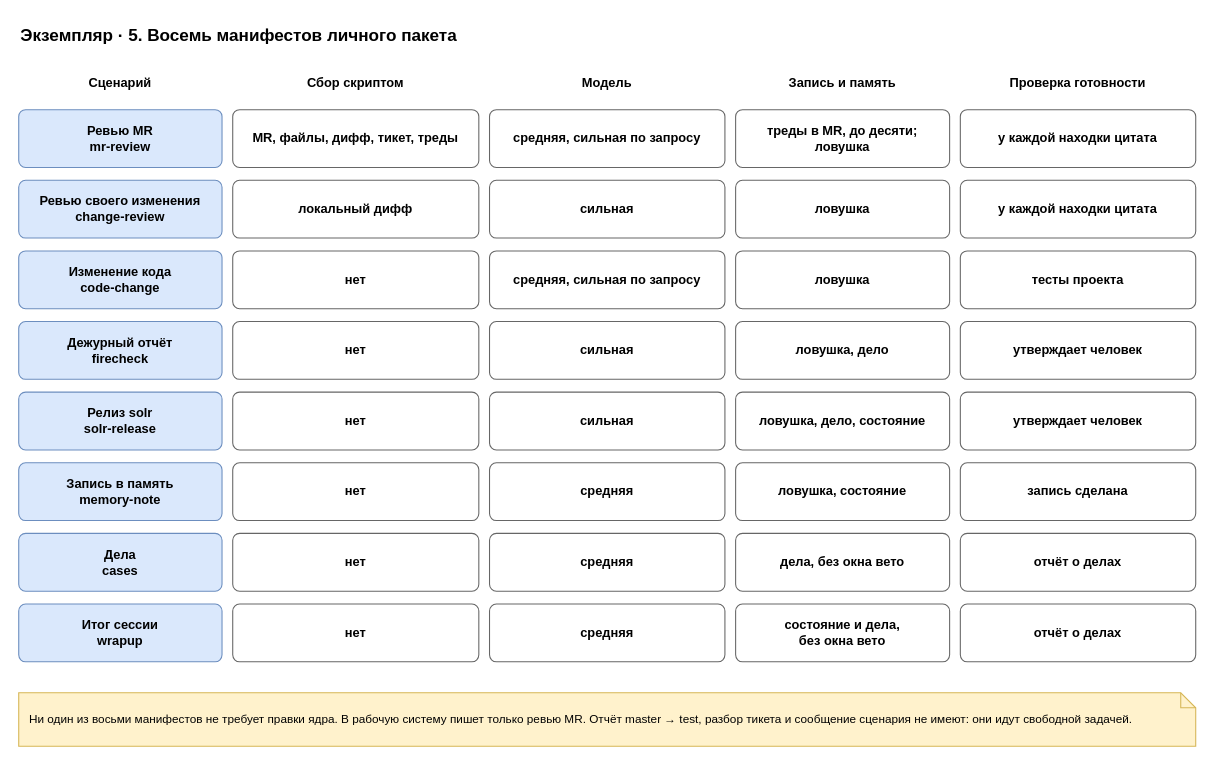
Earlier version of the draw.io diagram page "5. Манифесты" (5 of 7) of docs/spec/harness-instance-capital-operator.drawio (roygkov/reins). Source tidied: cells renumbered, new cells numbered last; positions are measured from the earlier drawing's top-left corner, leaving out a move shared by most shapes. Both pictures are drawn from the tidied source at 107%, with x=0, y=0 at pixel (18, 18).
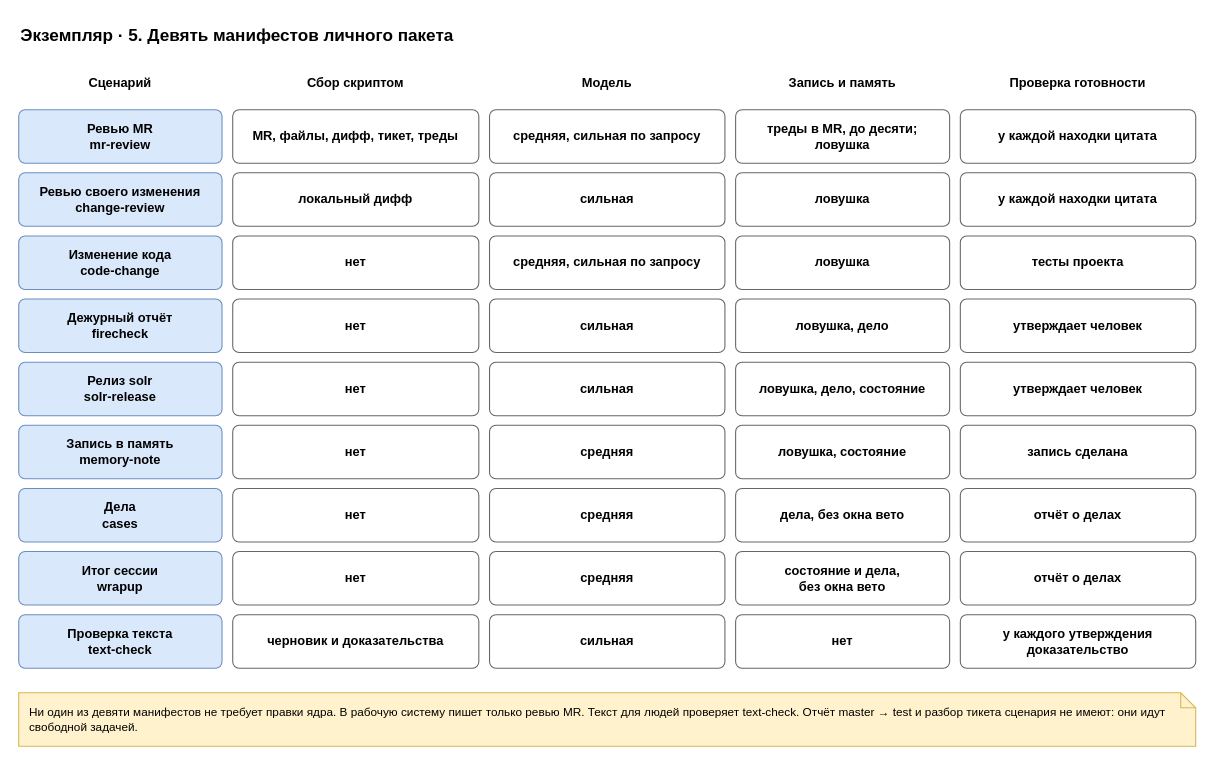
The same diagram, later.

Diff of the diagram source:
```diff
@@
-    <mxCell id="2" value="Экземпляр · 5. Восемь манифестов личного пакета" style="text;html=1;align=left;verticalAlign=middle;whiteSpace=wrap;fontSize=16;strokeColor=none;fillColor=none;fontStyle=1;" parent="1" vertex="1">
+    <mxCell id="2" value="Экземпляр · 5. Девять манифестов личного пакета" style="text;html=1;align=left;verticalAlign=middle;whiteSpace=wrap;fontSize=16;strokeColor=none;fillColor=none;fontStyle=1;" parent="1" vertex="1">
       <mxGeometry width="900" height="30" as="geometry" />
     </mxCell>
@@
     <mxCell id="8" value="&lt;b&gt;Ревью MR&lt;br&gt;mr-review&lt;/b&gt;" style="rounded=1;whiteSpace=wrap;html=1;fillColor=#dae8fc;strokeColor=#6c8ebf;arcSize=12;" parent="1" vertex="1">
-      <mxGeometry y="85" width="190" height="54" as="geometry" />
+      <mxGeometry y="85" width="190" height="50" as="geometry" />
     </mxCell>
     <mxCell id="9" value="&lt;b&gt;MR, файлы, дифф, тикет, треды&lt;/b&gt;" style="rounded=1;whiteSpace=wrap;html=1;fillColor=#ffffff;strokeColor=#666666;arcSize=12;fontStyle=0;" parent="1" vertex="1">
-      <mxGeometry x="200" y="85" width="230" height="54" as="geometry" />
+      <mxGeometry x="200" y="85" width="230" height="50" as="geometry" />
     </mxCell>
     <mxCell id="10" value="&lt;b&gt;средняя, сильная по запросу&lt;/b&gt;" style="rounded=1;whiteSpace=wrap;html=1;fillColor=#ffffff;strokeColor=#666666;arcSize=12;fontStyle=0;" parent="1" vertex="1">
-      <mxGeometry x="440" y="85" width="220" height="54" as="geometry" />
+      <mxGeometry x="440" y="85" width="220" height="50" as="geometry" />
     </mxCell>
     <mxCell id="11" value="&lt;b&gt;треды в MR, до десяти;&lt;br&gt;ловушка&lt;/b&gt;" style="rounded=1;whiteSpace=wrap;html=1;fillColor=#ffffff;strokeColor=#666666;arcSize=12;fontStyle=0;" parent="1" vertex="1">
-      <mxGeometry x="670" y="85" width="200" height="54" as="geometry" />
+      <mxGeometry x="670" y="85" width="200" height="50" as="geometry" />
     </mxCell>
     <mxCell id="12" value="&lt;b&gt;у каждой находки цитата&lt;/b&gt;" style="rounded=1;whiteSpace=wrap;html=1;fillColor=#ffffff;strokeColor=#666666;arcSize=12;fontStyle=0;" parent="1" vertex="1">
-      <mxGeometry x="880" y="85" width="220" height="54" as="geometry" />
+      <mxGeometry x="880" y="85" width="220" height="50" as="geometry" />
     </mxCell>
     <mxCell id="13" value="&lt;b&gt;Ревью своего изменения&lt;br&gt;change-review&lt;/b&gt;" style="rounded=1;whiteSpace=wrap;html=1;fillColor=#dae8fc;strokeColor=#6c8ebf;arcSize=12;" parent="1" vertex="1">
-      <mxGeometry y="151" width="190" height="54" as="geometry" />
+      <mxGeometry y="144" width="190" height="50" as="geometry" />
     </mxCell>
     <mxCell id="14" value="&lt;b&gt;локальный дифф&lt;/b&gt;" style="rounded=1;whiteSpace=wrap;html=1;fillColor=#ffffff;strokeColor=#666666;arcSize=12;fontStyle=0;" parent="1" vertex="1">
-      <mxGeometry x="200" y="151" width="230" height="54" as="geometry" />
+      <mxGeometry x="200" y="144" width="230" height="50" as="geometry" />
     </mxCell>
     <mxCell id="15" value="&lt;b&gt;сильная&lt;/b&gt;" style="rounded=1;whiteSpace=wrap;html=1;fillColor=#ffffff;strokeColor=#666666;arcSize=12;fontStyle=0;" parent="1" vertex="1">
-      <mxGeometry x="440" y="151" width="220" height="54" as="geometry" />
+      <mxGeometry x="440" y="144" width="220" height="50" as="geometry" />
     </mxCell>
     <mxCell id="16" value="&lt;b&gt;ловушка&lt;/b&gt;" style="rounded=1;whiteSpace=wrap;html=1;fillColor=#ffffff;strokeColor=#666666;arcSize=12;fontStyle=0;" parent="1" vertex="1">
-      <mxGeometry x="670" y="151" width="200" height="54" as="geometry" />
+      <mxGeometry x="670" y="144" width="200" height="50" as="geometry" />
     </mxCell>
     <mxCell id="17" value="&lt;b&gt;у каждой находки цитата&lt;/b&gt;" style="rounded=1;whiteSpace=wrap;html=1;fillColor=#ffffff;strokeColor=#666666;arcSize=12;fontStyle=0;" parent="1" vertex="1">
-      <mxGeometry x="880" y="151" width="220" height="54" as="geometry" />
+      <mxGeometry x="880" y="144" width="220" height="50" as="geometry" />
     </mxCell>
     <mxCell id="18" value="&lt;b&gt;Изменение кода&lt;br&gt;code-change&lt;/b&gt;" style="rounded=1;whiteSpace=wrap;html=1;fillColor=#dae8fc;strokeColor=#6c8ebf;arcSize=12;" parent="1" vertex="1">
-      <mxGeometry y="217" width="190" height="54" as="geometry" />
+      <mxGeometry y="203" width="190" height="50" as="geometry" />
     </mxCell>
     <mxCell id="19" value="&lt;b&gt;нет&lt;/b&gt;" style="rounded=1;whiteSpace=wrap;html=1;fillColor=#ffffff;strokeColor=#666666;arcSize=12;fontStyle=0;" parent="1" vertex="1">
-      <mxGeometry x="200" y="217" width="230" height="54" as="geometry" />
+      <mxGeometry x="200" y="203" width="230" height="50" as="geometry" />
     </mxCell>
     <mxCell id="20" value="&lt;b&gt;средняя, сильная по запросу&lt;/b&gt;" style="rounded=1;whiteSpace=wrap;html=1;fillColor=#ffffff;strokeColor=#666666;arcSize=12;fontStyle=0;" parent="1" vertex="1">
-      <mxGeometry x="440" y="217" width="220" height="54" as="geometry" />
+      <mxGeometry x="440" y="203" width="220" height="50" as="geometry" />
     </mxCell>
     <mxCell id="21" value="&lt;b&gt;ловушка&lt;/b&gt;" style="rounded=1;whiteSpace=wrap;html=1;fillColor=#ffffff;strokeColor=#666666;arcSize=12;fontStyle=0;" parent="1" vertex="1">
-      <mxGeometry x="670" y="217" width="200" height="54" as="geometry" />
+      <mxGeometry x="670" y="203" width="200" height="50" as="geometry" />
     </mxCell>
     <mxCell id="22" value="&lt;b&gt;тесты проекта&lt;/b&gt;" style="rounded=1;whiteSpace=wrap;html=1;fillColor=#ffffff;strokeColor=#666666;arcSize=12;fontStyle=0;" parent="1" vertex="1">
-      <mxGeometry x="880" y="217" width="220" height="54" as="geometry" />
+      <mxGeometry x="880" y="203" width="220" height="50" as="geometry" />
     </mxCell>
     <mxCell id="23" value="&lt;b&gt;Дежурный отчёт&lt;br&gt;firecheck&lt;/b&gt;" style="rounded=1;whiteSpace=wrap;html=1;fillColor=#dae8fc;strokeColor=#6c8ebf;arcSize=12;" parent="1" vertex="1">
-      <mxGeometry y="283" width="190" height="54" as="geometry" />
+      <mxGeometry y="262" width="190" height="50" as="geometry" />
     </mxCell>
     <mxCell id="24" value="&lt;b&gt;нет&lt;/b&gt;" style="rounded=1;whiteSpace=wrap;html=1;fillColor=#ffffff;strokeColor=#666666;arcSize=12;fontStyle=0;" parent="1" vertex="1">
-      <mxGeometry x="200" y="283" width="230" height="54" as="geometry" />
+      <mxGeometry x="200" y="262" width="230" height="50" as="geometry" />
     </mxCell>
     <mxCell id="25" value="&lt;b&gt;сильная&lt;/b&gt;" style="rounded=1;whiteSpace=wrap;html=1;fillColor=#ffffff;strokeColor=#666666;arcSize=12;fontStyle=0;" parent="1" vertex="1">
-      <mxGeometry x="440" y="283" width="220" height="54" as="geometry" />
+      <mxGeometry x="440" y="262" width="220" height="50" as="geometry" />
     </mxCell>
     <mxCell id="26" value="&lt;b&gt;ловушка, дело&lt;/b&gt;" style="rounded=1;whiteSpace=wrap;html=1;fillColor=#ffffff;strokeColor=#666666;arcSize=12;fontStyle=0;" parent="1" vertex="1">
-      <mxGeometry x="670" y="283" width="200" height="54" as="geometry" />
+      <mxGeometry x="670" y="262" width="200" height="50" as="geometry" />
     </mxCell>
     <mxCell id="27" value="&lt;b&gt;утверждает человек&lt;/b&gt;" style="rounded=1;whiteSpace=wrap;html=1;fillColor=#ffffff;strokeColor=#666666;arcSize=12;fontStyle=0;" parent="1" vertex="1">
-      <mxGeometry x="880" y="283" width="220" height="54" as="geometry" />
+      <mxGeometry x="880" y="262" width="220" height="50" as="geometry" />
     </mxCell>
     <mxCell id="28" value="&lt;b&gt;Релиз solr&lt;br&gt;solr-release&lt;/b&gt;" style="rounded=1;whiteSpace=wrap;html=1;fillColor=#dae8fc;strokeColor=#6c8ebf;arcSize=12;" parent="1" vertex="1">
-      <mxGeometry y="349" width="190" height="54" as="geometry" />
+      <mxGeometry y="321" width="190" height="50" as="geometry" />
     </mxCell>
     <mxCell id="29" value="&lt;b&gt;нет&lt;/b&gt;" style="rounded=1;whiteSpace=wrap;html=1;fillColor=#ffffff;strokeColor=#666666;arcSize=12;fontStyle=0;" parent="1" vertex="1">
-      <mxGeometry x="200" y="349" width="230" height="54" as="geometry" />
+      <mxGeometry x="200" y="321" width="230" height="50" as="geometry" />
     </mxCell>
     <mxCell id="30" value="&lt;b&gt;сильная&lt;/b&gt;" style="rounded=1;whiteSpace=wrap;html=1;fillColor=#ffffff;strokeColor=#666666;arcSize=12;fontStyle=0;" parent="1" vertex="1">
-      <mxGeometry x="440" y="349" width="220" height="54" as="geometry" />
+      <mxGeometry x="440" y="321" width="220" height="50" as="geometry" />
     </mxCell>
     <mxCell id="31" value="&lt;b&gt;ловушка, дело, состояние&lt;/b&gt;" style="rounded=1;whiteSpace=wrap;html=1;fillColor=#ffffff;strokeColor=#666666;arcSize=12;fontStyle=0;" parent="1" vertex="1">
-      <mxGeometry x="670" y="349" width="200" height="54" as="geometry" />
+      <mxGeometry x="670" y="321" width="200" height="50" as="geometry" />
     </mxCell>
     <mxCell id="32" value="&lt;b&gt;утверждает человек&lt;/b&gt;" style="rounded=1;whiteSpace=wrap;html=1;fillColor=#ffffff;strokeColor=#666666;arcSize=12;fontStyle=0;" parent="1" vertex="1">
-      <mxGeometry x="880" y="349" width="220" height="54" as="geometry" />
+      <mxGeometry x="880" y="321" width="220" height="50" as="geometry" />
     </mxCell>
     <mxCell id="33" value="&lt;b&gt;Запись в память&lt;br&gt;memory-note&lt;/b&gt;" style="rounded=1;whiteSpace=wrap;html=1;fillColor=#dae8fc;strokeColor=#6c8ebf;arcSize=12;" parent="1" vertex="1">
-      <mxGeometry y="415" width="190" height="54" as="geometry" />
+      <mxGeometry y="380" width="190" height="50" as="geometry" />
     </mxCell>
     <mxCell id="34" value="&lt;b&gt;нет&lt;/b&gt;" style="rounded=1;whiteSpace=wrap;html=1;fillColor=#ffffff;strokeColor=#666666;arcSize=12;fontStyle=0;" parent="1" vertex="1">
-      <mxGeometry x="200" y="415" width="230" height="54" as="geometry" />
+      <mxGeometry x="200" y="380" width="230" height="50" as="geometry" />
     </mxCell>
     <mxCell id="35" value="&lt;b&gt;средняя&lt;/b&gt;" style="rounded=1;whiteSpace=wrap;html=1;fillColor=#ffffff;strokeColor=#666666;arcSize=12;fontStyle=0;" parent="1" vertex="1">
-      <mxGeometry x="440" y="415" width="220" height="54" as="geometry" />
+      <mxGeometry x="440" y="380" width="220" height="50" as="geometry" />
     </mxCell>
     <mxCell id="36" value="&lt;b&gt;ловушка, состояние&lt;/b&gt;" style="rounded=1;whiteSpace=wrap;html=1;fillColor=#ffffff;strokeColor=#666666;arcSize=12;fontStyle=0;" parent="1" vertex="1">
-      <mxGeometry x="670" y="415" width="200" height="54" as="geometry" />
+      <mxGeometry x="670" y="380" width="200" height="50" as="geometry" />
     </mxCell>
     <mxCell id="37" value="&lt;b&gt;запись сделана&lt;/b&gt;" style="rounded=1;whiteSpace=wrap;html=1;fillColor=#ffffff;strokeColor=#666666;arcSize=12;fontStyle=0;" parent="1" vertex="1">
-      <mxGeometry x="880" y="415" width="220" height="54" as="geometry" />
+      <mxGeometry x="880" y="380" width="220" height="50" as="geometry" />
     </mxCell>
     <mxCell id="38" value="&lt;b&gt;Дела&lt;br&gt;cases&lt;/b&gt;" style="rounded=1;whiteSpace=wrap;html=1;fillColor=#dae8fc;strokeColor=#6c8ebf;arcSize=12;" parent="1" vertex="1">
-      <mxGeometry y="481" width="190" height="54" as="geometry" />
+      <mxGeometry y="439" width="190" height="50" as="geometry" />
     </mxCell>
     <mxCell id="39" value="&lt;b&gt;нет&lt;/b&gt;" style="rounded=1;whiteSpace=wrap;html=1;fillColor=#ffffff;strokeColor=#666666;arcSize=12;fontStyle=0;" parent="1" vertex="1">
-      <mxGeometry x="200" y="481" width="230" height="54" as="geometry" />
+      <mxGeometry x="200" y="439" width="230" height="50" as="geometry" />
     </mxCell>
     <mxCell id="40" value="&lt;b&gt;средняя&lt;/b&gt;" style="rounded=1;whiteSpace=wrap;html=1;fillColor=#ffffff;strokeColor=#666666;arcSize=12;fontStyle=0;" parent="1" vertex="1">
-      <mxGeometry x="440" y="481" width="220" height="54" as="geometry" />
+      <mxGeometry x="440" y="439" width="220" height="50" as="geometry" />
     </mxCell>
     <mxCell id="41" value="&lt;b&gt;дела, без окна вето&lt;/b&gt;" style="rounded=1;whiteSpace=wrap;html=1;fillColor=#ffffff;strokeColor=#666666;arcSize=12;fontStyle=0;" parent="1" vertex="1">
-      <mxGeometry x="670" y="481" width="200" height="54" as="geometry" />
+      <mxGeometry x="670" y="439" width="200" height="50" as="geometry" />
     </mxCell>
     <mxCell id="42" value="&lt;b&gt;отчёт о делах&lt;/b&gt;" style="rounded=1;whiteSpace=wrap;html=1;fillColor=#ffffff;strokeColor=#666666;arcSize=12;fontStyle=0;" parent="1" vertex="1">
-      <mxGeometry x="880" y="481" width="220" height="54" as="geometry" />
+      <mxGeometry x="880" y="439" width="220" height="50" as="geometry" />
     </mxCell>
     <mxCell id="43" value="&lt;b&gt;Итог сессии&lt;br&gt;wrapup&lt;/b&gt;" style="rounded=1;whiteSpace=wrap;html=1;fillColor=#dae8fc;strokeColor=#6c8ebf;arcSize=12;" parent="1" vertex="1">
-      <mxGeometry y="547" width="190" height="54" as="geometry" />
+      <mxGeometry y="498" width="190" height="50" as="geometry" />
     </mxCell>
     <mxCell id="44" value="&lt;b&gt;нет&lt;/b&gt;" style="rounded=1;whiteSpace=wrap;html=1;fillColor=#ffffff;strokeColor=#666666;arcSize=12;fontStyle=0;" parent="1" vertex="1">
-      <mxGeometry x="200" y="547" width="230" height="54" as="geometry" />
+      <mxGeometry x="200" y="498" width="230" height="50" as="geometry" />
     </mxCell>
     <mxCell id="45" value="&lt;b&gt;средняя&lt;/b&gt;" style="rounded=1;whiteSpace=wrap;html=1;fillColor=#ffffff;strokeColor=#666666;arcSize=12;fontStyle=0;" parent="1" vertex="1">
-      <mxGeometry x="440" y="547" width="220" height="54" as="geometry" />
+      <mxGeometry x="440" y="498" width="220" height="50" as="geometry" />
     </mxCell>
     <mxCell id="46" value="&lt;b&gt;состояние и дела,&lt;br&gt;без окна вето&lt;/b&gt;" style="rounded=1;whiteSpace=wrap;html=1;fillColor=#ffffff;strokeColor=#666666;arcSize=12;fontStyle=0;" parent="1" vertex="1">
-      <mxGeometry x="670" y="547" width="200" height="54" as="geometry" />
+      <mxGeometry x="670" y="498" width="200" height="50" as="geometry" />
     </mxCell>
     <mxCell id="47" value="&lt;b&gt;отчёт о делах&lt;/b&gt;" style="rounded=1;whiteSpace=wrap;html=1;fillColor=#ffffff;strokeColor=#666666;arcSize=12;fontStyle=0;" parent="1" vertex="1">
-      <mxGeometry x="880" y="547" width="220" height="54" as="geometry" />
+      <mxGeometry x="880" y="498" width="220" height="50" as="geometry" />
     </mxCell>
-    <mxCell id="48" value="Ни один из восьми манифестов не требует правки ядра. В рабочую систему пишет только ревью MR. Отчёт master → test, разбор тикета и сообщение сценария не имеют: они идут свободной задачей." style="shape=note;whiteSpace=wrap;html=1;backgroundOutline=1;size=14;fillColor=#fff2cc;strokeColor=#d6b656;align=left;spacingLeft=8;spacingRight=8;fontSize=11;" parent="1" vertex="1">
-      <mxGeometry y="630" width="1100" height="50" as="geometry" />
+    <mxCell id="48" value="&lt;b&gt;Проверка текста&lt;br&gt;text-check&lt;/b&gt;" style="rounded=1;whiteSpace=wrap;html=1;fillColor=#dae8fc;strokeColor=#6c8ebf;arcSize=12;" parent="1" vertex="1">
+      <mxGeometry y="557" width="190" height="50" as="geometry" />
     </mxCell>
+    <mxCell id="49" value="&lt;b&gt;черновик и доказательства&lt;/b&gt;" style="rounded=1;whiteSpace=wrap;html=1;fillColor=#ffffff;strokeColor=#666666;arcSize=12;fontStyle=0;" parent="1" vertex="1">
+      <mxGeometry x="200" y="557" width="230" height="50" as="geometry" />
+    </mxCell>
+    <mxCell id="50" value="&lt;b&gt;сильная&lt;/b&gt;" style="rounded=1;whiteSpace=wrap;html=1;fillColor=#ffffff;strokeColor=#666666;arcSize=12;fontStyle=0;" parent="1" vertex="1">
+      <mxGeometry x="440" y="557" width="220" height="50" as="geometry" />
+    </mxCell>
+    <mxCell id="51" value="&lt;b&gt;нет&lt;/b&gt;" style="rounded=1;whiteSpace=wrap;html=1;fillColor=#ffffff;strokeColor=#666666;arcSize=12;fontStyle=0;" parent="1" vertex="1">
+      <mxGeometry x="670" y="557" width="200" height="50" as="geometry" />
+    </mxCell>
+    <mxCell id="52" value="&lt;b&gt;у каждого утверждения доказательство&lt;/b&gt;" style="rounded=1;whiteSpace=wrap;html=1;fillColor=#ffffff;strokeColor=#666666;arcSize=12;fontStyle=0;" parent="1" vertex="1">
+      <mxGeometry x="880" y="557" width="220" height="50" as="geometry" />
+    </mxCell>
+    <mxCell id="53" value="Ни один из девяти манифестов не требует правки ядра. В рабочую систему пишет только ревью MR. Текст для людей проверяет text-check. Отчёт master → test и разбор тикета сценария не имеют: они идут свободной задачей." style="shape=note;whiteSpace=wrap;html=1;backgroundOutline=1;size=14;fillColor=#fff2cc;strokeColor=#d6b656;align=left;spacingLeft=8;spacingRight=8;fontSize=11;" parent="1" vertex="1">
+      <mxGeometry y="630" width="1100" height="50" as="geometry" />
+    </mxCell>
```
